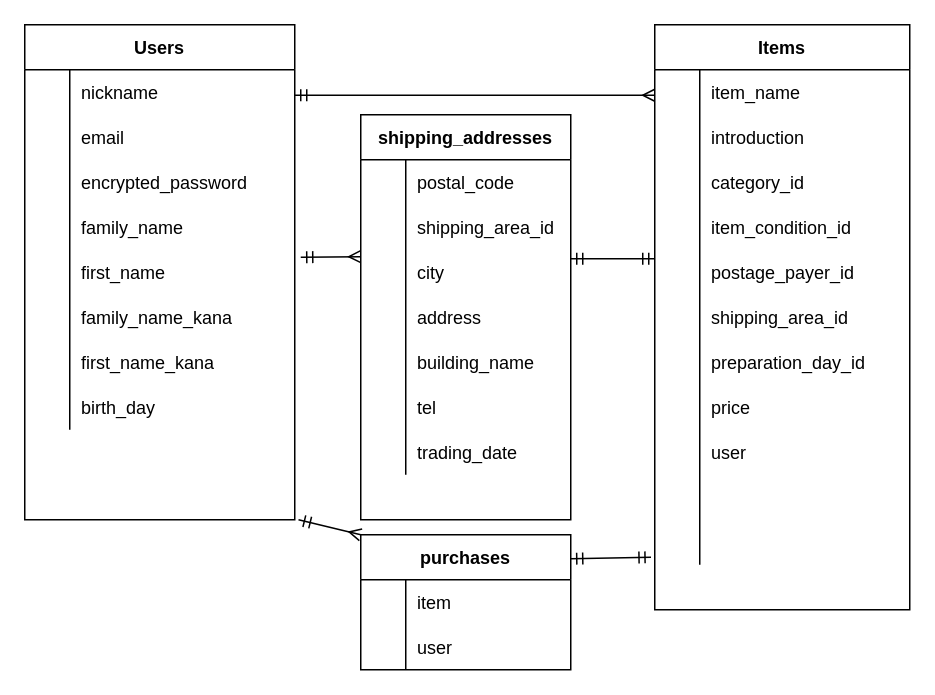
Earlier version of the draw.io diagram furima.dio (CKougami/furima-37663). Source tidied: cells renumbered, new cells numbered last; positions are measured from the earlier drawing's top-left corner, leaving out a move shared by most shapes. Both pictures are drawn from the tidied source at 150%, with x=0, y=0 at pixel (24, 24).
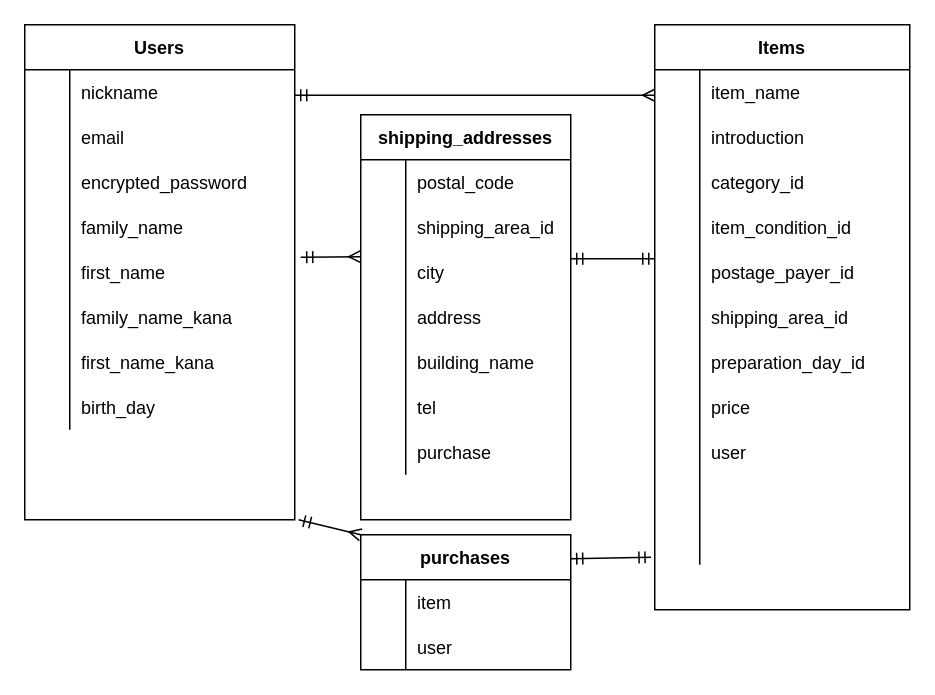
After the change.

The change refers to these unchanged cells:
```xml
<mxCell id="91" style="shape=partialRectangle;fillColor=none;top=0;left=0;bottom=0;right=0;" parent="72" vertex="1">
  <mxGeometry y="210" width="140" height="30" as="geometry" />
</mxCell>
```

Diff of the diagram source:
```diff
@@
-    <mxCell id="93" value="trading_date" style="shape=partialRectangle;fillColor=none;top=0;left=0;bottom=0;right=0;align=left;spacingLeft=6;overflow=hidden;" parent="91" vertex="1">
+    <mxCell id="93" value="purchase" style="shape=partialRectangle;fillColor=none;top=0;left=0;bottom=0;right=0;align=left;spacingLeft=6;overflow=hidden;" parent="91" vertex="1">
       <mxGeometry x="30" width="110" height="30" as="geometry" />
     </mxCell>
```
